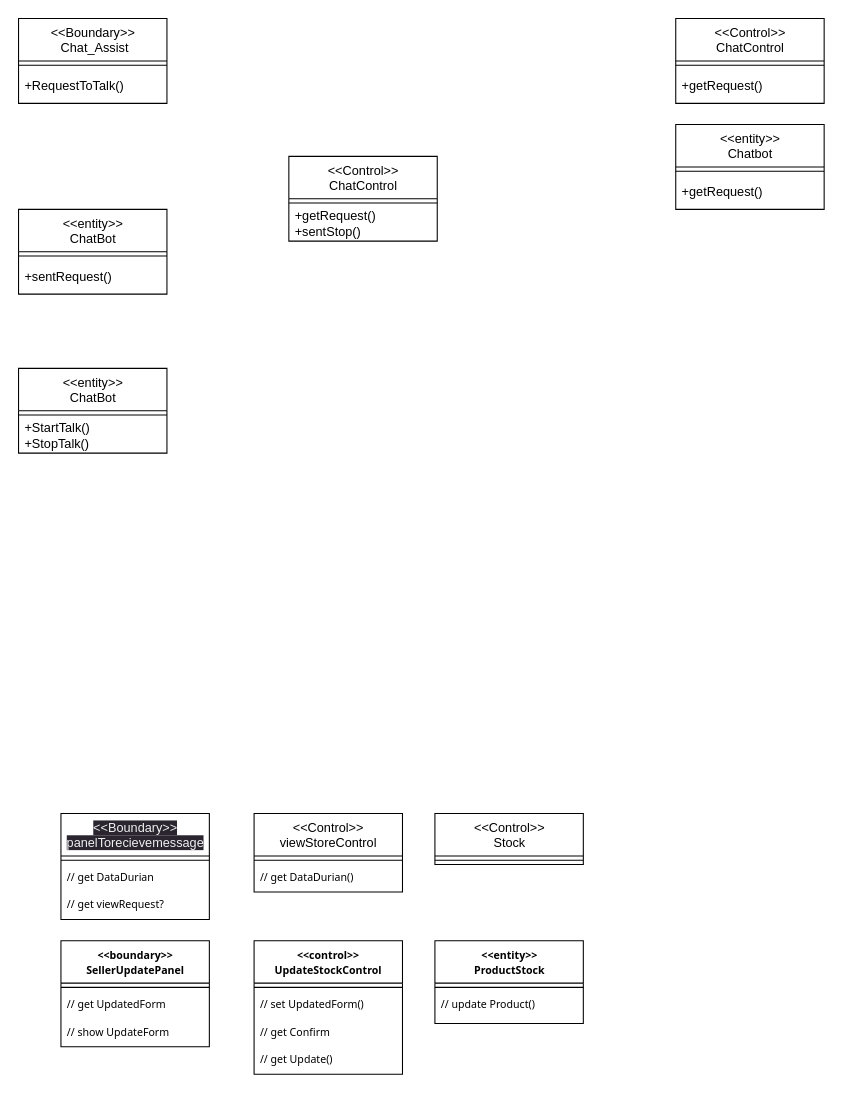
Before: VOPC.drawio in munkeawtoast/isad-diagrams, a draw.io diagram. Source tidied: cells renumbered, new cells numbered last; positions are measured from the earlier drawing's top-left corner, leaving out a move shared by most shapes. Both pictures are drawn from the tidied source at 106%, with x=0, y=0 at pixel (18, 18).
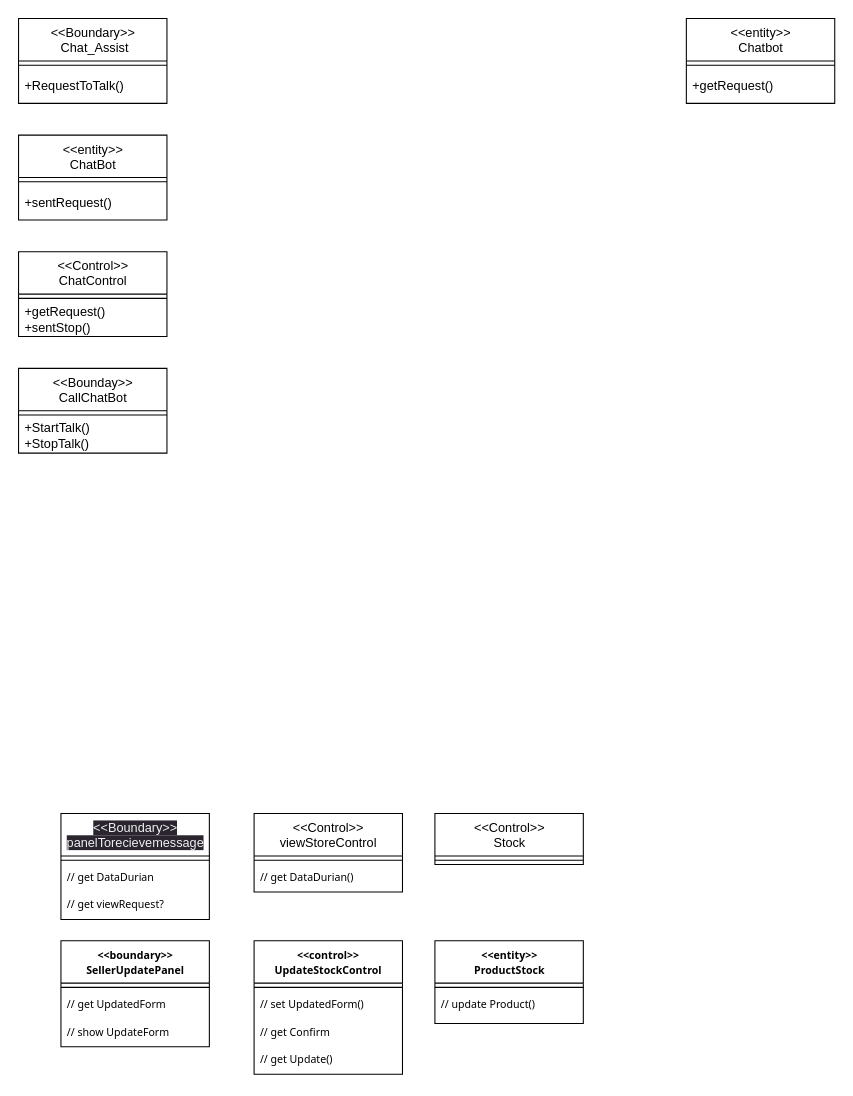
After the change.

What changed in the source:
```diff
@@
-    <mxCell id="2" value="&amp;lt;&amp;lt;Control&amp;gt;&amp;gt;&lt;br&gt;ChatControl" style="swimlane;fontStyle=0;align=center;verticalAlign=top;horizontal=1;startSize=40;html=1;" parent="1" vertex="1">
-      <mxGeometry x="620" width="140" height="80" as="geometry" />
-    </mxCell>
-    <mxCell id="3" style="line;strokeWidth=1;fillColor=none;align=left;verticalAlign=middle;spacingTop=-1;spacingLeft=3;spacingRight=3;labelPosition=right;" parent="2" vertex="1">
-      <mxGeometry y="40" width="140" height="8" as="geometry" />
-    </mxCell>
-    <mxCell id="4" value="+getRequest()" style="html=1;strokeColor=none;fillColor=none;align=left;verticalAlign=middle;spacingLeft=4;spacingRight=4;" parent="2" vertex="1">
-      <mxGeometry y="48" width="140" height="32" as="geometry" />
-    </mxCell>
     <mxCell id="5" value="&amp;lt;&amp;lt;entity&amp;gt;&amp;gt;&lt;br&gt;Chatbot" style="swimlane;fontStyle=0;align=center;verticalAlign=top;horizontal=1;startSize=40;html=1;" parent="1" vertex="1">
-      <mxGeometry x="620" y="100" width="140" height="80" as="geometry" />
+      <mxGeometry x="630" width="140" height="80" as="geometry" />
     </mxCell>
@@
     <mxCell id="11" value="&amp;lt;&amp;lt;Control&amp;gt;&amp;gt;&lt;br&gt;ChatControl" style="swimlane;fontStyle=0;align=center;verticalAlign=top;horizontal=1;startSize=40;html=1;" parent="1" vertex="1">
-      <mxGeometry x="255" y="130" width="140" height="80" as="geometry" />
+      <mxGeometry y="220" width="140" height="80" as="geometry" />
     </mxCell>
@@
     <mxCell id="14" value="&amp;lt;&amp;lt;entity&amp;gt;&amp;gt;&lt;br&gt;ChatBot" style="swimlane;fontStyle=0;align=center;verticalAlign=top;horizontal=1;startSize=40;html=1;" parent="1" vertex="1">
-      <mxGeometry y="180" width="140" height="80" as="geometry" />
+      <mxGeometry y="110" width="140" height="80" as="geometry" />
     </mxCell>
@@
-    <mxCell id="17" value="&amp;lt;&amp;lt;entity&amp;gt;&amp;gt;&lt;br&gt;ChatBot" style="swimlane;fontStyle=0;align=center;verticalAlign=top;horizontal=1;startSize=40;html=1;" parent="1" vertex="1">
+    <mxCell id="17" value="&amp;lt;&amp;lt;Bounday&amp;gt;&amp;gt;&lt;br&gt;CallChatBot" style="swimlane;fontStyle=0;align=center;verticalAlign=top;horizontal=1;startSize=40;html=1;" parent="1" vertex="1">
       <mxGeometry y="330" width="140" height="80" as="geometry" />
     </mxCell>
```
